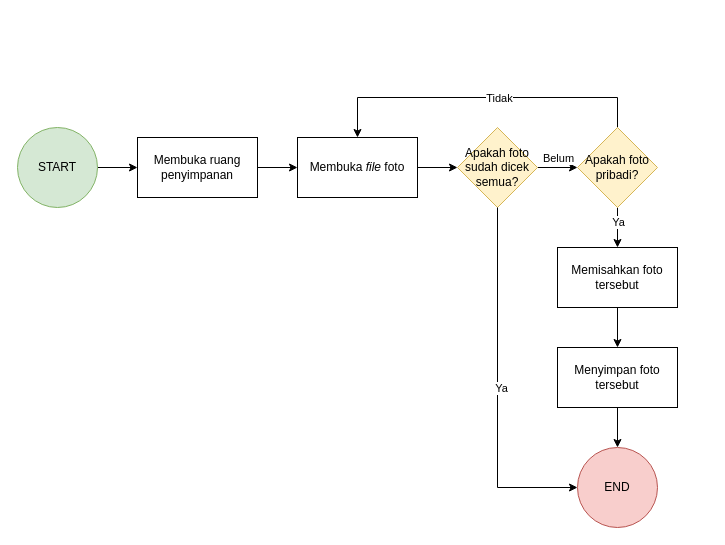
Before: page "B3-Kondisi Saat Ini" (1 of 6) of diagram/TA.drawio in alfanditora/Proposal-TA, a draw.io diagram. Source tidied: cells renumbered, new cells numbered last; positions are measured from the earlier drawing's top-left corner, leaving out a move shared by most shapes. Both pictures are drawn from the tidied source at 100%, with x=0, y=0 at pixel (17, 97).
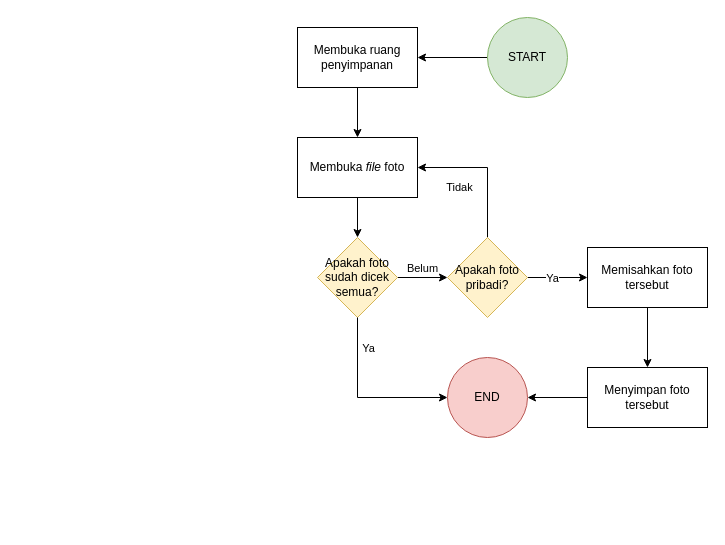
The same diagram, later.

Unchanged cells that the change refers to:
```xml
<mxCell id="5" value="Membuka &lt;i&gt;file &lt;/i&gt;foto" style="rounded=0;whiteSpace=wrap;html=1;" parent="1" vertex="1">
  <mxGeometry x="280" y="40" width="120" height="60" as="geometry" />
</mxCell>
```

The edit, as a diff of the source:
```diff
@@
     <mxCell id="3" value="Membuka ruang penyimpanan" style="rounded=0;whiteSpace=wrap;html=1;" parent="1" vertex="1">
-      <mxGeometry x="120" y="40" width="120" height="60" as="geometry" />
+      <mxGeometry x="280" y="-70" width="120" height="60" as="geometry" />
     </mxCell>
@@
     <mxCell id="7" value="START" style="ellipse;whiteSpace=wrap;html=1;fillColor=#d5e8d4;strokeColor=#82b366;" parent="1" vertex="1">
-      <mxGeometry y="30" width="80" height="80" as="geometry" />
+      <mxGeometry x="470" y="-80" width="80" height="80" as="geometry" />
     </mxCell>
-    <mxCell id="8" style="edgeStyle=orthogonalEdgeStyle;rounded=0;jettySize=auto;html=1;entryX=0.5;entryY=0;entryDx=0;entryDy=0;exitX=0.5;exitY=0;exitDx=0;exitDy=0;" parent="1" edge="1" source="12" target="5">
+    <mxCell id="8" style="edgeStyle=orthogonalEdgeStyle;rounded=0;jettySize=auto;html=1;entryX=1;entryY=0.5;entryDx=0;entryDy=0;exitX=0.5;exitY=0;exitDx=0;exitDy=0;" parent="1" edge="1" source="12" target="5">
       <mxGeometry relative="1" as="geometry">
         <Array as="points">
-          <mxPoint x="600" />
-          <mxPoint x="340" />
+          <mxPoint x="470" y="70" />
         </Array>
       </mxGeometry>
     </mxCell>
@@
     <mxCell id="12" value="Apakah foto pribadi?" style="rhombus;whiteSpace=wrap;html=1;rounded=0;fillColor=#fff2cc;strokeColor=#d6b656;" parent="1" vertex="1">
-      <mxGeometry x="560" y="30" width="80" height="80" as="geometry" />
+      <mxGeometry x="430" y="140" width="80" height="80" as="geometry" />
     </mxCell>
@@
     <mxCell id="14" value="Memisahkan foto tersebut" style="whiteSpace=wrap;html=1;rounded=0;" parent="1" vertex="1">
-      <mxGeometry x="540" y="150" width="120" height="60" as="geometry" />
+      <mxGeometry x="570" y="150" width="120" height="60" as="geometry" />
     </mxCell>
@@
     <mxCell id="16" value="Menyimpan foto tersebut" style="whiteSpace=wrap;html=1;rounded=0;" parent="1" vertex="1">
-      <mxGeometry x="540" y="250" width="120" height="60" as="geometry" />
+      <mxGeometry x="570" y="270" width="120" height="60" as="geometry" />
     </mxCell>
@@
     <mxCell id="19" value="Apakah foto sudah dicek semua?" style="rhombus;whiteSpace=wrap;html=1;rounded=0;fillColor=#fff2cc;strokeColor=#d6b656;" parent="1" vertex="1">
-      <mxGeometry x="440" y="30" width="80" height="80" as="geometry" />
+      <mxGeometry x="300" y="140" width="80" height="80" as="geometry" />
     </mxCell>
-    <mxCell id="20" style="endArrow=classic;html=1;rounded=0;entryX=0;entryY=0.5;entryDx=0;entryDy=0;edgeStyle=orthogonalEdgeStyle;" parent="1" edge="1" target="22">
+    <mxCell id="20" style="endArrow=classic;html=1;rounded=0;entryX=0;entryY=0.5;entryDx=0;entryDy=0;edgeStyle=orthogonalEdgeStyle;exitX=0.5;exitY=1;exitDx=0;exitDy=0;" parent="1" edge="1" source="19" target="22">
       <mxGeometry relative="1" as="geometry">
-        <mxPoint x="480" y="110" as="sourcePoint" />
         <Array as="points">
-          <mxPoint x="480" y="390" />
+          <mxPoint x="340" y="300" />
         </Array>
       </mxGeometry>
     </mxCell>
     <mxCell id="21" value="Ya" style="edgeLabel;html=1;align=center;verticalAlign=middle;" parent="20" vertex="1">
-      <mxGeometry y="3" relative="1" as="geometry" />
+      <mxGeometry y="3" relative="1" as="geometry">
+        <mxPoint x="5" y="-47" as="offset" />
+      </mxGeometry>
     </mxCell>
     <mxCell id="22" value="END" style="ellipse;whiteSpace=wrap;html=1;rounded=0;perimeterSpacing=0;shadow=0;fillColor=#f8cecc;strokeColor=#b85450;" parent="1" vertex="1">
-      <mxGeometry x="560" y="350" width="80" height="80" as="geometry" />
+      <mxGeometry x="430" y="260" width="80" height="80" as="geometry" />
     </mxCell>
```
